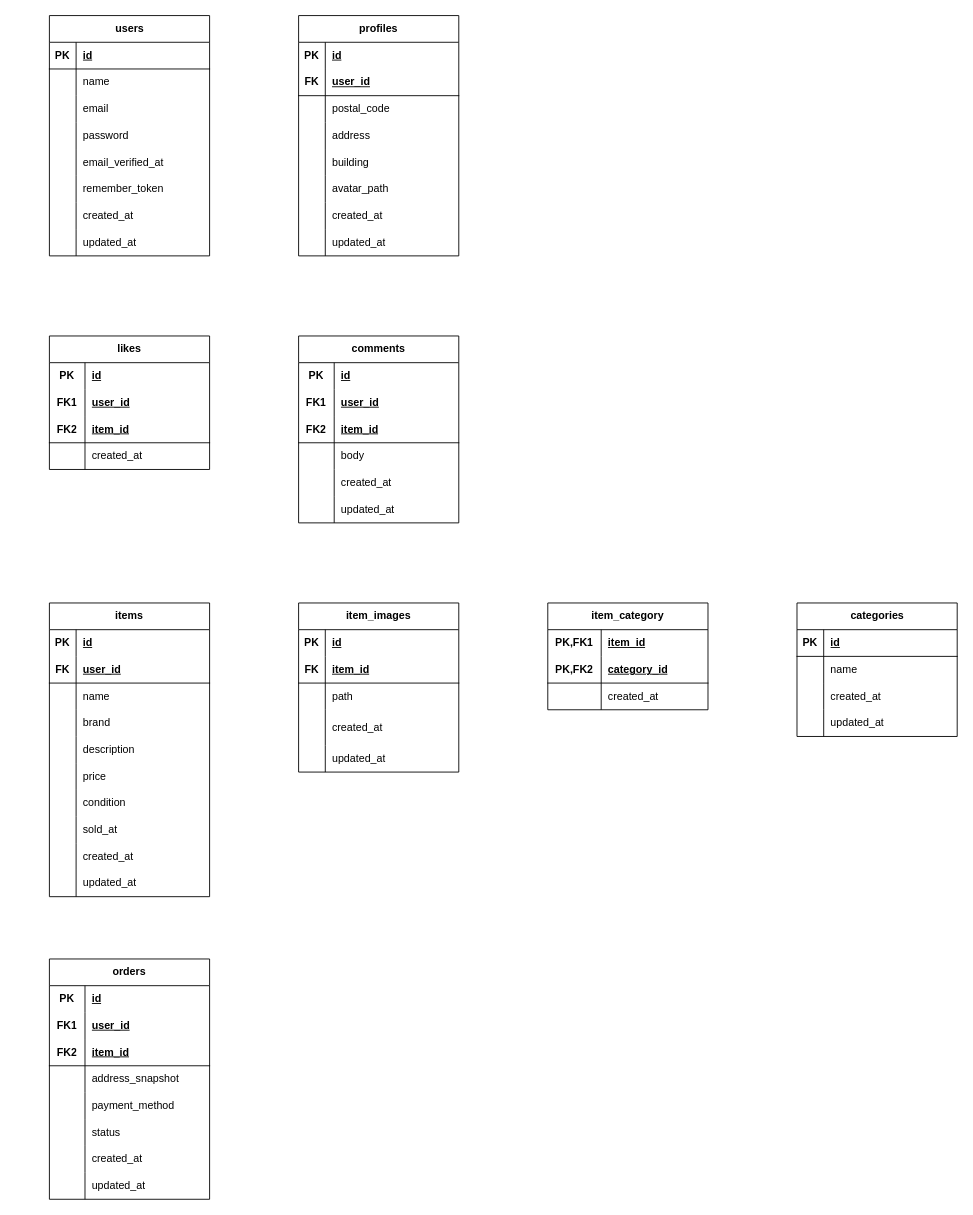
mao716/freemarket-app keeps this draw.io diagram as er_diagram.drawio. Above is the earlier version. Source tidied: cells renumbered, new cells numbered last; positions are measured from the earlier drawing's top-left corner, leaving out a move shared by most shapes. Both pictures are drawn from the tidied source at 89%, with x=0, y=0 at pixel (49, 15).
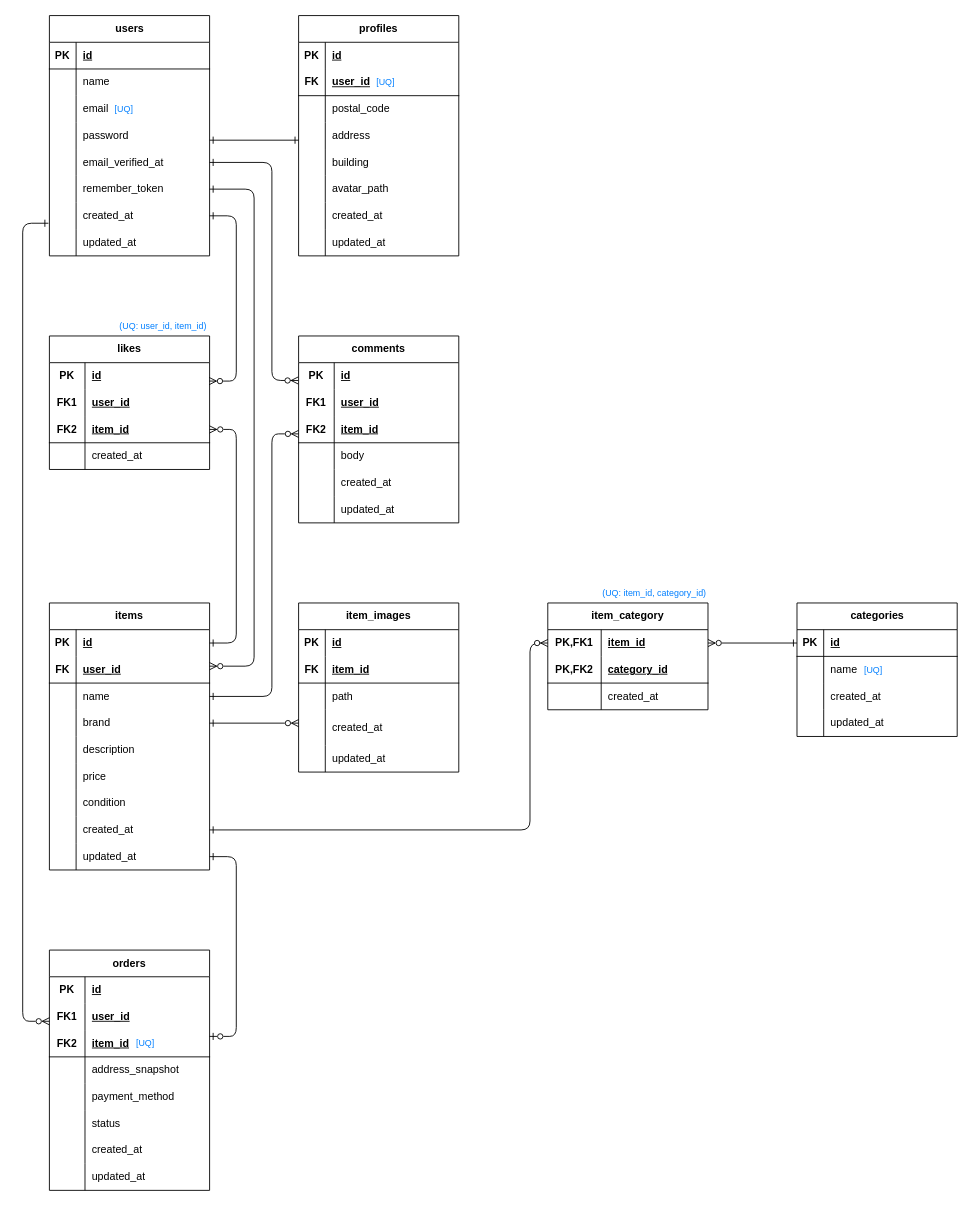
The same page after the edit.

The change refers to these unchanged cells:
```xml
<mxCell id="15" style="shape=tableRow;horizontal=0;startSize=0;swimlaneHead=0;swimlaneBody=0;fillColor=none;points=[[0,0.5],[1,0.5]];portConstraint=eastwest;top=0;left=0;right=0;bottom=0;labelBackgroundColor=default;" parent="2" vertex="1">
  <mxGeometry y="150" width="180" height="30" as="geometry" />
</mxCell>
<mxCell id="18" style="shape=tableRow;horizontal=0;startSize=0;swimlaneHead=0;swimlaneBody=0;fillColor=none;points=[[0,0.5],[1,0.5]];portConstraint=eastwest;top=0;left=0;right=0;bottom=0;labelBackgroundColor=default;" parent="2" vertex="1">
  <mxGeometry y="180" width="180" height="30" as="geometry" />
</mxCell>
<mxCell id="21" style="shape=tableRow;horizontal=0;startSize=0;swimlaneHead=0;swimlaneBody=0;fillColor=none;points=[[0,0.5],[1,0.5]];portConstraint=eastwest;top=0;left=0;right=0;bottom=0;labelBackgroundColor=default;" parent="2" vertex="1">
  <mxGeometry y="210" width="180" height="30" as="geometry" />
</mxCell>
<mxCell id="53" style="shape=tableRow;horizontal=0;startSize=0;swimlaneHead=0;swimlaneBody=0;fillColor=none;points=[[0,0.5],[1,0.5]];portConstraint=eastwest;top=0;left=0;right=0;bottom=0;html=1;" parent="52" vertex="1">
  <mxGeometry y="30" width="180" height="30" as="geometry" />
</mxCell>
<mxCell id="59" style="shape=tableRow;horizontal=0;startSize=0;swimlaneHead=0;swimlaneBody=0;fillColor=none;points=[[0,0.5],[1,0.5]];portConstraint=eastwest;top=0;left=0;right=0;bottom=0;html=1;" parent="52" vertex="1">
  <mxGeometry y="90" width="180" height="30" as="geometry" />
</mxCell>
<mxCell id="62" style="shape=tableRow;horizontal=0;startSize=0;swimlaneHead=0;swimlaneBody=0;fillColor=none;points=[[0,0.5],[1,0.5]];portConstraint=eastwest;top=0;left=0;right=0;bottom=0;html=1;" parent="52" vertex="1">
  <mxGeometry y="120" width="180" height="30" as="geometry" />
</mxCell>
<mxCell id="93" style="shape=tableRow;horizontal=0;startSize=0;swimlaneHead=0;swimlaneBody=0;fillColor=none;points=[[0,0.5],[1,0.5]];portConstraint=eastwest;top=0;left=0;right=0;bottom=0;html=1;" parent="83" vertex="1">
  <mxGeometry y="120" width="180" height="40" as="geometry" />
</mxCell>
<mxCell id="100" style="shape=tableRow;horizontal=0;startSize=0;swimlaneHead=0;swimlaneBody=0;fillColor=none;points=[[0,0.5],[1,0.5]];portConstraint=eastwest;top=0;left=0;right=0;bottom=0;html=1;" parent="99" vertex="1">
  <mxGeometry y="30" width="180" height="30" as="geometry" />
</mxCell>
<mxCell id="110" style="shape=tableRow;horizontal=0;startSize=0;swimlaneHead=0;swimlaneBody=0;fillColor=none;points=[[0,0.5],[1,0.5]];portConstraint=eastwest;top=0;left=0;right=0;bottom=1;" parent="109" vertex="1">
  <mxGeometry y="30" width="180" height="30" as="geometry" />
</mxCell>
<mxCell id="123" style="shape=tableRow;horizontal=0;startSize=0;swimlaneHead=0;swimlaneBody=0;fillColor=none;points=[[0,0.5],[1,0.5]];portConstraint=eastwest;top=0;left=0;right=0;bottom=0;html=1;" parent="122" vertex="1">
  <mxGeometry y="30" width="180" height="30" as="geometry" />
</mxCell>
<mxCell id="129" style="shape=tableRow;horizontal=0;startSize=0;swimlaneHead=0;swimlaneBody=0;fillColor=none;points=[[0,0.5],[1,0.5]];portConstraint=eastwest;top=0;left=0;right=0;bottom=1;html=1;" parent="122" vertex="1">
  <mxGeometry y="90" width="180" height="30" as="geometry" />
</mxCell>
<mxCell id="161" style="shape=tableRow;horizontal=0;startSize=0;swimlaneHead=0;swimlaneBody=0;fillColor=none;points=[[0,0.5],[1,0.5]];portConstraint=eastwest;top=0;left=0;right=0;bottom=0;html=1;" parent="160" vertex="1">
  <mxGeometry y="30" width="180" height="30" as="geometry" />
</mxCell>
<mxCell id="167" style="shape=tableRow;horizontal=0;startSize=0;swimlaneHead=0;swimlaneBody=0;fillColor=none;points=[[0,0.5],[1,0.5]];portConstraint=eastwest;top=0;left=0;right=0;bottom=1;html=1;" parent="160" vertex="1">
  <mxGeometry y="90" width="180" height="30" as="geometry" />
</mxCell>
```

Change to the diagram source:
```diff
@@
-<mxGraphModel>
+<mxGraphModel background="#ffffff">
@@
     <mxCell id="52" value="items" style="shape=table;startSize=30;childLayout=tableLayout;rowLines=0;fontStyle=1;align=center;html=1;whiteSpace=wrap;swimlaneFillColor=default;" parent="1" vertex="1">
-      <mxGeometry y="660" width="180" height="330" as="geometry" />
+      <mxGeometry y="660" width="180" height="300" as="geometry" />
     </mxCell>
@@
-    <mxCell id="74" style="shape=tableRow;horizontal=0;startSize=0;swimlaneHead=0;swimlaneBody=0;fillColor=none;top=0;left=0;right=0;bottom=0;html=1;" parent="52" vertex="1">
-      <mxGeometry y="240" width="180" height="30" as="geometry" />
-    </mxCell>
-    <mxCell id="75" style="shape=partialRectangle;fillColor=none;top=0;left=0;bottom=0;right=0;overflow=hidden;html=1;whiteSpace=wrap;" parent="74" vertex="1">
-      <mxGeometry width="30" height="30" as="geometry" />
-    </mxCell>
-    <mxCell id="76" value="sold_at" style="shape=partialRectangle;fillColor=none;top=0;left=0;bottom=0;right=0;align=left;spacingLeft=6;overflow=hidden;html=1;whiteSpace=wrap;" parent="74" vertex="1">
-      <mxGeometry x="30" width="150" height="30" as="geometry" />
-    </mxCell>
     <mxCell id="77" style="shape=tableRow;horizontal=0;startSize=0;swimlaneHead=0;swimlaneBody=0;fillColor=none;points=[[0,0.5],[1,0.5]];portConstraint=eastwest;top=0;left=0;right=0;bottom=0;html=1;" parent="52" vertex="1">
-      <mxGeometry y="270" width="180" height="30" as="geometry" />
+      <mxGeometry y="240" width="180" height="30" as="geometry" />
     </mxCell>
@@
     <mxCell id="80" style="shape=tableRow;horizontal=0;startSize=0;swimlaneHead=0;swimlaneBody=0;fillColor=none;points=[[0,0.5],[1,0.5]];portConstraint=eastwest;top=0;left=0;right=0;bottom=0;html=1;" parent="52" vertex="1">
-      <mxGeometry y="300" width="180" height="30" as="geometry" />
+      <mxGeometry y="270" width="180" height="30" as="geometry" />
     </mxCell>
@@
     <mxCell id="135" value="orders" style="shape=table;startSize=30;childLayout=tableLayout;rowLines=0;fontStyle=1;align=center;html=1;whiteSpace=wrap;swimlaneFillColor=default;" parent="1" vertex="1">
-      <mxGeometry y="1060" width="180" height="270" as="geometry" />
+      <mxGeometry y="1050" width="180" height="270" as="geometry" />
     </mxCell>
@@
+    <mxCell id="179" value="[UQ]" style="text;html=1;align=center;verticalAlign=middle;whiteSpace=wrap;rounded=0;fontColor=#007FFF;fontSize=10;" parent="1" vertex="1">
+      <mxGeometry x="348" y="60" width="60" height="30" as="geometry" />
+    </mxCell>
+    <mxCell id="180" value="[UQ]" style="text;html=1;align=center;verticalAlign=middle;whiteSpace=wrap;rounded=0;fontColor=#007FFF;fontSize=10;" parent="1" vertex="1">
+      <mxGeometry x="78" y="1139" width="60" height="30" as="geometry" />
+    </mxCell>
+    <mxCell id="181" value="(UQ: item_id, category_id)" style="text;html=1;align=center;verticalAlign=middle;whiteSpace=wrap;rounded=0;fontColor=#007FFF;fontSize=10;" parent="1" vertex="1">
+      <mxGeometry x="615" y="634" width="130" height="30" as="geometry" />
+    </mxCell>
+    <mxCell id="182" value="(UQ: user_id, item_id)" style="text;html=1;align=center;verticalAlign=middle;whiteSpace=wrap;rounded=0;fontColor=#007FFF;fontSize=10;" parent="1" vertex="1">
+      <mxGeometry x="63" y="334" width="130" height="30" as="geometry" />
+    </mxCell>
+    <mxCell id="183" style="endArrow=ERone;html=1;rounded=0;startArrow=ERone;startFill=0;endFill=0;" parent="1" edge="1">
+      <mxGeometry relative="1" as="geometry">
+        <mxPoint x="180" y="140" as="sourcePoint" />
+        <mxPoint x="280" y="140" as="targetPoint" />
+      </mxGeometry>
+    </mxCell>
+    <mxCell id="184" style="edgeStyle=elbowEdgeStyle;fontSize=12;html=1;endArrow=ERone;endFill=0;startArrow=ERzeroToMany;startFill=0;" parent="1" edge="1" target="18">
+      <mxGeometry relative="1" as="geometry">
+        <mxPoint x="180" y="731" as="sourcePoint" />
+        <Array as="points">
+          <mxPoint x="230" y="510" />
+        </Array>
+      </mxGeometry>
+    </mxCell>
+    <mxCell id="185" style="endArrow=ERzeroToMany;html=1;exitX=1;exitY=0.5;exitDx=0;exitDy=0;entryX=0;entryY=0.375;entryDx=0;entryDy=0;entryPerimeter=0;startArrow=ERone;startFill=0;endFill=0;" parent="1" edge="1" source="62" target="93">
+      <mxGeometry relative="1" as="geometry" />
+    </mxCell>
+    <mxCell id="186" style="edgeStyle=orthogonalEdgeStyle;fontSize=12;html=1;endArrow=ERone;endFill=0;exitX=0.998;exitY=0.689;exitDx=0;exitDy=0;exitPerimeter=0;startArrow=ERzeroToMany;startFill=0;" parent="1" edge="1" source="123" target="21">
+      <mxGeometry relative="1" as="geometry">
+        <Array as="points">
+          <mxPoint x="210" y="411" />
+          <mxPoint x="210" y="225" />
+        </Array>
+      </mxGeometry>
+    </mxCell>
+    <mxCell id="187" style="edgeStyle=orthogonalEdgeStyle;fontSize=12;html=1;endArrow=ERzeroToMany;endFill=0;exitX=1;exitY=0.5;exitDx=0;exitDy=0;startArrow=ERone;startFill=0;entryX=1;entryY=0.5;entryDx=0;entryDy=0;" parent="1" edge="1" source="53" target="129">
+      <mxGeometry relative="1" as="geometry">
+        <Array as="points">
+          <mxPoint x="210" y="705" />
+          <mxPoint x="210" y="465" />
+        </Array>
+      </mxGeometry>
+    </mxCell>
+    <mxCell id="188" style="edgeStyle=orthogonalEdgeStyle;fontSize=12;html=1;endArrow=ERzeroToMany;endFill=1;exitX=1;exitY=0.5;exitDx=0;exitDy=0;entryX=-0.002;entryY=0.667;entryDx=0;entryDy=0;entryPerimeter=0;startArrow=ERone;startFill=0;" parent="1" edge="1" source="15" target="161">
+      <mxGeometry relative="1" as="geometry">
+        <Array as="points">
+          <mxPoint x="250" y="165" />
+          <mxPoint x="250" y="410" />
+        </Array>
+      </mxGeometry>
+    </mxCell>
+    <mxCell id="189" style="edgeStyle=orthogonalEdgeStyle;fontSize=12;html=1;endArrow=ERzeroToMany;endFill=0;exitX=1;exitY=0.5;exitDx=0;exitDy=0;startArrow=ERone;startFill=0;entryX=0;entryY=0.667;entryDx=0;entryDy=0;entryPerimeter=0;" parent="1" edge="1" source="59" target="167">
+      <mxGeometry relative="1" as="geometry">
+        <Array as="points">
+          <mxPoint x="250" y="765" />
+          <mxPoint x="250" y="470" />
+        </Array>
+      </mxGeometry>
+    </mxCell>
+    <mxCell id="190" style="edgeStyle=orthogonalEdgeStyle;fontSize=12;html=1;endArrow=ERone;endFill=0;startArrow=ERzeroToMany;startFill=0;entryX=-0.006;entryY=0.778;entryDx=0;entryDy=0;entryPerimeter=0;" parent="1" edge="1" target="21">
+      <mxGeometry relative="1" as="geometry">
+        <mxPoint y="1130" as="sourcePoint" />
+        <Array as="points">
+          <mxPoint x="-30" y="1130" />
+          <mxPoint x="-30" y="233" />
+          <mxPoint x="-1" y="233" />
+        </Array>
+      </mxGeometry>
+    </mxCell>
+    <mxCell id="191" style="edgeStyle=orthogonalEdgeStyle;fontSize=12;html=1;endArrow=ERzeroToOne;endFill=0;exitX=1;exitY=0.5;exitDx=0;exitDy=0;startArrow=ERone;startFill=0;" parent="1" edge="1" source="80">
+      <mxGeometry relative="1" as="geometry">
+        <mxPoint x="180" y="1147" as="targetPoint" />
+        <Array as="points">
+          <mxPoint x="210" y="945" />
+          <mxPoint x="210" y="1147" />
+        </Array>
+      </mxGeometry>
+    </mxCell>
+    <mxCell id="192" style="edgeStyle=orthogonalEdgeStyle;fontSize=12;html=1;endArrow=ERzeroToMany;endFill=1;exitX=1;exitY=0.5;exitDx=0;exitDy=0;entryX=0;entryY=0.5;entryDx=0;entryDy=0;startArrow=ERone;startFill=0;" parent="1" edge="1" source="77" target="100">
+      <mxGeometry relative="1" as="geometry">
+        <Array as="points">
+          <mxPoint x="540" y="915" />
+          <mxPoint x="540" y="705" />
+        </Array>
+      </mxGeometry>
+    </mxCell>
+    <mxCell id="193" style="endArrow=ERone;html=1;rounded=0;exitX=1;exitY=0.5;exitDx=0;exitDy=0;entryX=0;entryY=0.5;entryDx=0;entryDy=0;endFill=0;startArrow=ERzeroToMany;startFill=0;" parent="1" edge="1" source="100" target="110">
+      <mxGeometry relative="1" as="geometry" />
+    </mxCell>
+    <mxCell id="194" value="[UQ]" style="text;html=1;align=center;verticalAlign=middle;whiteSpace=wrap;rounded=0;fontColor=#007FFF;fontSize=10;" parent="1" vertex="1">
+      <mxGeometry x="54" y="90" width="60" height="30" as="geometry" />
+    </mxCell>
+    <mxCell id="195" value="[UQ]" style="text;html=1;align=center;verticalAlign=middle;whiteSpace=wrap;rounded=0;fontColor=#007FFF;fontSize=10;" parent="1" vertex="1">
+      <mxGeometry x="896" y="720" width="60" height="30" as="geometry" />
+    </mxCell>
```
